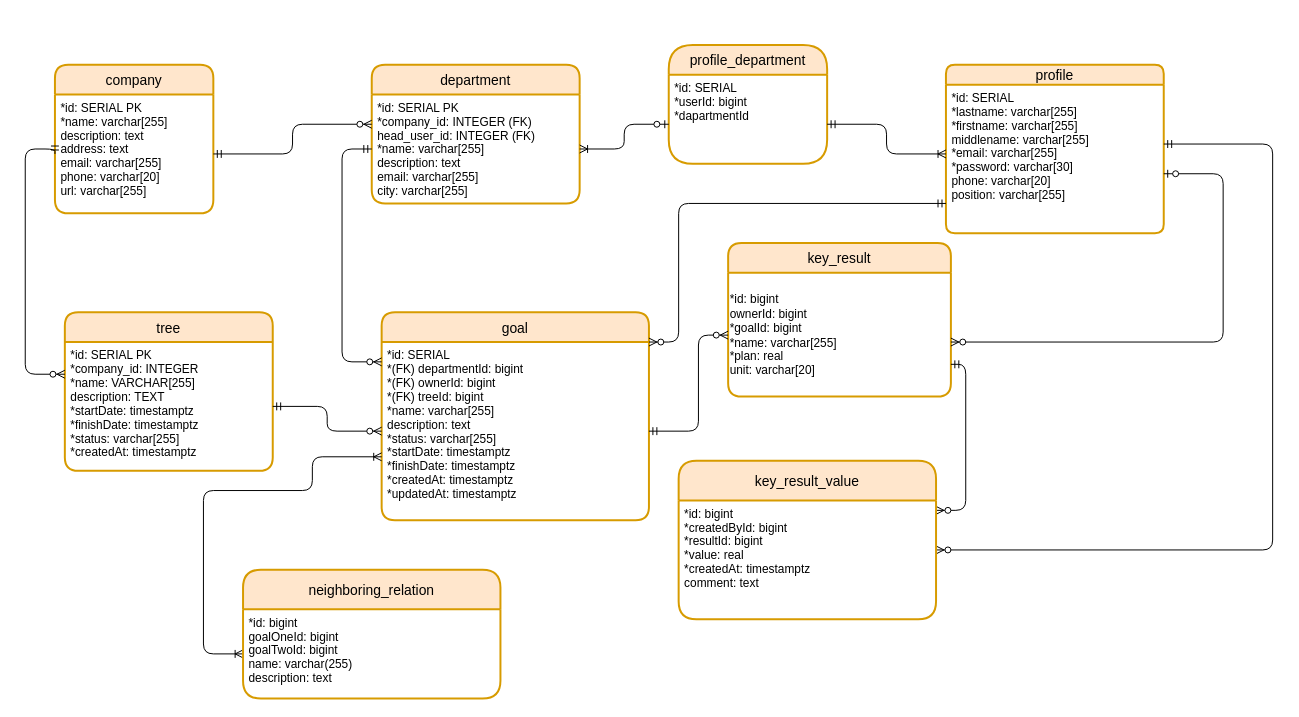
Above: page "Database" (2 of 2) of diagrams/okr.drawio in spivakev/OKR-project (draw.io), before the change. Source tidied: cells renumbered, new cells numbered last; positions are measured from the earlier drawing's top-left corner, leaving out a move shared by most shapes. Both pictures are drawn from the tidied source at 99%, with x=0, y=0 at pixel (25, 45).
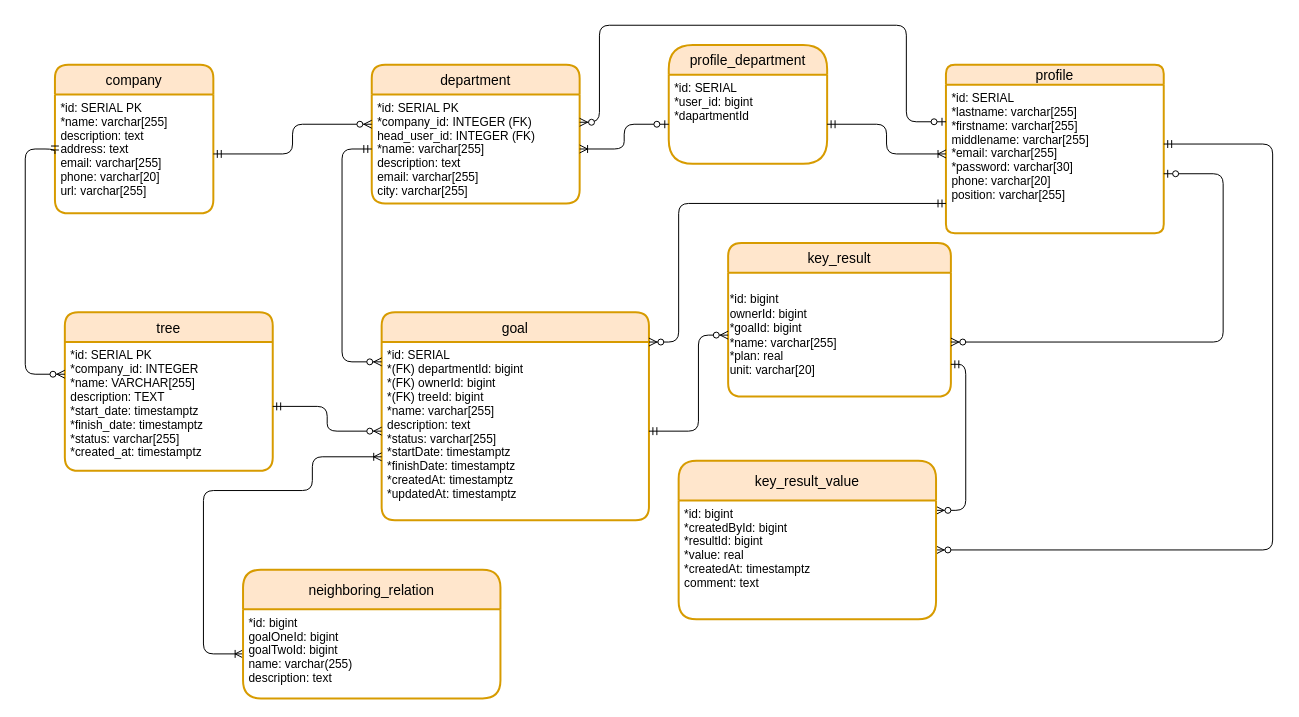
Above is the later version.

Unchanged cells that the change refers to:
```xml
<mxCell id="5" value="*id: SERIAL PK&#10;*company_id: INTEGER (FK)&#10;head_user_id: INTEGER (FK)&#10;*name: varchar[255]&#10;description: text&#10;email: varchar[255]&#10;city: varchar[255]&#10;" style="align=left;strokeColor=none;fillColor=none;spacingLeft=4;fontSize=12;verticalAlign=top;" parent="4" vertex="1">
  <mxGeometry y="30" width="210" height="110" as="geometry" />
</mxCell>
<mxCell id="11" value="*id: SERIAL&#10;*lastname: varchar[255]&#10;*firstname: varchar[255]&#10;middlename: varchar[255]&#10;*email: varchar[255]&#10;*password: varchar[30]&#10;phone: varchar[20]&#10;position: varchar[255]" style="align=left;strokeColor=none;fillColor=none;spacingLeft=4;fontSize=12;verticalAlign=top;" parent="10" vertex="1">
  <mxGeometry y="20" width="220" height="150" as="geometry" />
</mxCell>
<mxCell id="12" value="tree" style="swimlane;horizontal=1;startSize=30;rounded=1;fontSize=14;fontStyle=0;strokeWidth=2;shadow=0;dashed=0;align=center;fillColor=#ffe6cc;strokeColor=#d79b00;" parent="1" vertex="1">
  <mxGeometry x="40" y="270" width="210" height="160" as="geometry" />
</mxCell>
<mxCell id="28" value="profile_department" style="swimlane;horizontal=1;startSize=30;rounded=1;fontSize=14;fontStyle=0;strokeWidth=2;shadow=0;dashed=0;align=center;fillColor=#ffe6cc;strokeColor=#d79b00;arcSize=27;" parent="1" vertex="1">
  <mxGeometry x="650" width="160" height="120" as="geometry" />
</mxCell>
```

Change to the diagram source:
```diff
@@
-    <mxCell id="13" value="*id: SERIAL PK&#10;*company_id: INTEGER&#10;*name: VARCHAR[255]&#10;description: TEXT&#10;*startDate: timestamptz&#10;*finishDate: timestamptz&#10;*status: varchar[255]&#10;*createdAt: timestamptz&#10;&#10;" style="align=left;strokeColor=none;fillColor=none;spacingLeft=4;fontSize=12;verticalAlign=top;fontFamily=Helvetica;" parent="12" vertex="1">
+    <mxCell id="13" value="*id: SERIAL PK&#10;*company_id: INTEGER&#10;*name: VARCHAR[255]&#10;description: TEXT&#10;*start_date: timestamptz&#10;*finish_date: timestamptz&#10;*status: varchar[255]&#10;*created_at: timestamptz&#10;&#10;" style="align=left;strokeColor=none;fillColor=none;spacingLeft=4;fontSize=12;verticalAlign=top;fontFamily=Helvetica;" parent="12" vertex="1">
       <mxGeometry y="30" width="210" height="130" as="geometry" />
     </mxCell>
@@
-    <mxCell id="29" value="*id: SERIAL&#10;*userId: bigint&#10;*dapartmentId&#10;&#10;" style="align=left;strokeColor=none;fillColor=none;spacingLeft=4;fontSize=12;verticalAlign=top;" parent="28" vertex="1">
+    <mxCell id="29" value="*id: SERIAL&#10;*user_id: bigint&#10;*dapartmentId&#10;&#10;" style="align=left;strokeColor=none;fillColor=none;spacingLeft=4;fontSize=12;verticalAlign=top;" parent="28" vertex="1">
       <mxGeometry y="30" width="160" height="90" as="geometry" />
     </mxCell>
@@
+    <mxCell id="32" style="edgeStyle=orthogonalEdgeStyle;fontSize=12;html=1;endArrow=ERzeroToMany;startArrow=ERzeroToOne;exitX=0;exitY=0.25;exitDx=0;exitDy=0;" parent="1" edge="1" source="11" target="5">
+      <mxGeometry relative="1" as="geometry">
+        <Array as="points">
+          <mxPoint x="890" y="78" />
+          <mxPoint x="890" y="-20" />
+          <mxPoint x="580" y="-20" />
+          <mxPoint x="580" y="78" />
+        </Array>
+      </mxGeometry>
+    </mxCell>
```
